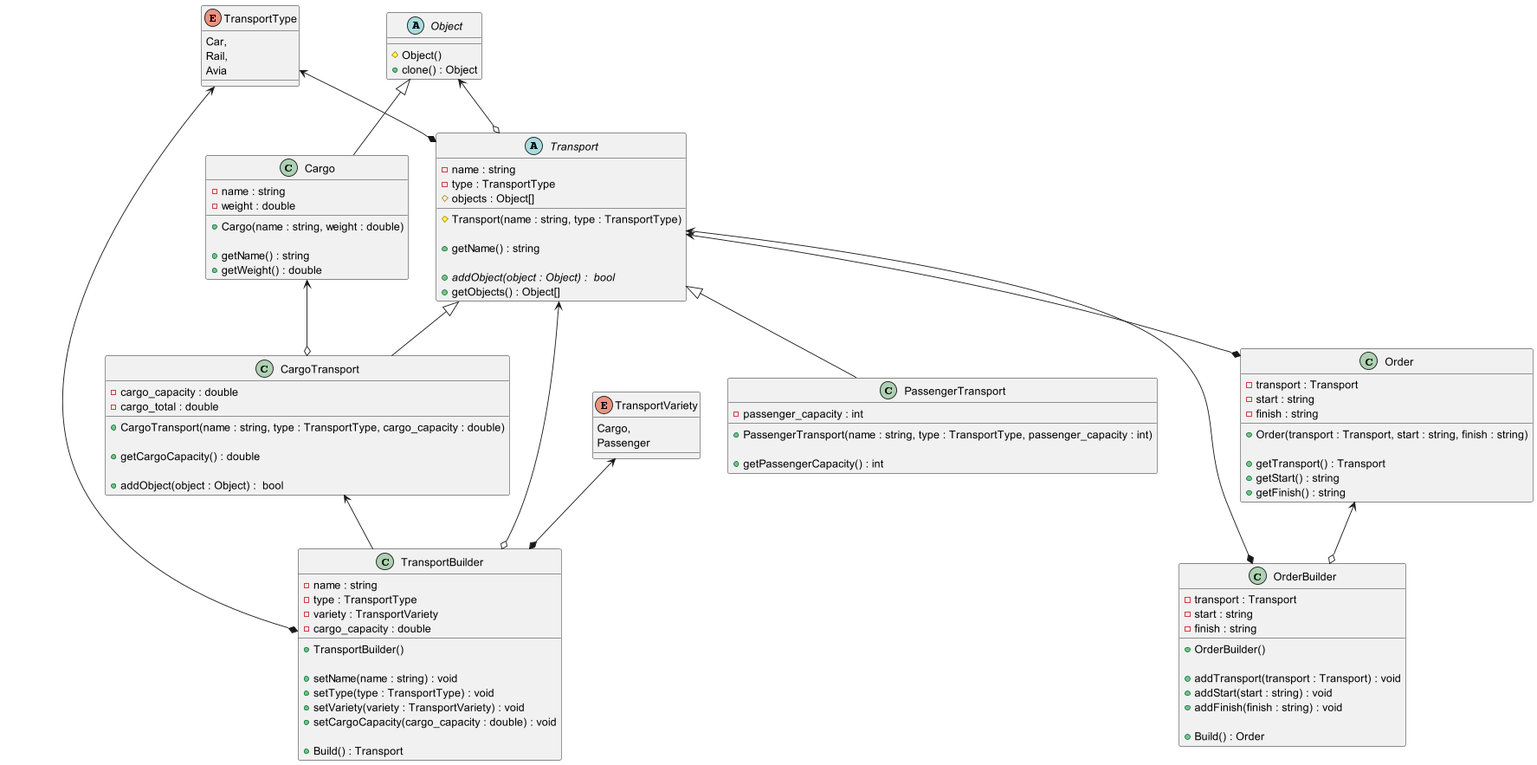
The PlantUML diagram class_diagram.png in it-top-shambala/TransportCompany_, before a commit.
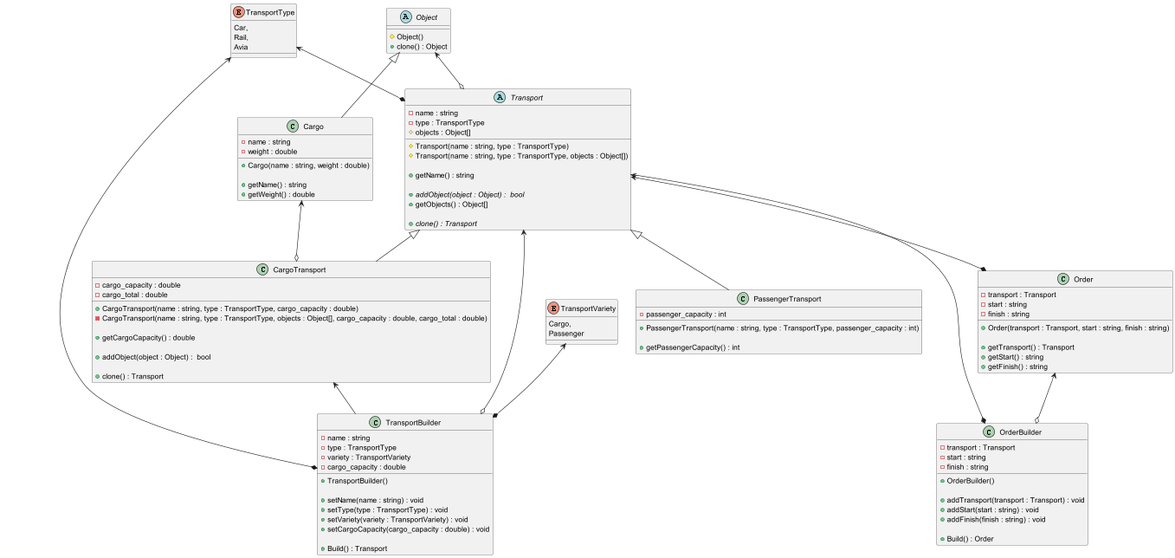
Later version of the same file.

The edit, as a diff of the source:
```diff
@@ -31,11 +31,14 @@
 # objects : Object[]
 
 # Transport(name : string, type : TransportType)
+# Transport(name : string, type : TransportType, objects : Object[])
 
 + getName() : string
 
 + {abstract} addObject(object : Object) :  bool
 + getObjects() : Object[]
+
++ {abstract} clone() : Transport
 }
 
 Transport <|-- CargoTransport
@@ -45,10 +48,13 @@
 - cargo_total : double
 
 + CargoTransport(name : string, type : TransportType, cargo_capacity : double)
+- CargoTransport(name : string, type : TransportType, objects : Object[], cargo_capacity : double, cargo_total : double)
 
 + getCargoCapacity() : double
 
 + addObject(object : Object) :  bool
+
++ clone() : Transport
 }
 
 Transport <|-- PassengerTransport
```
